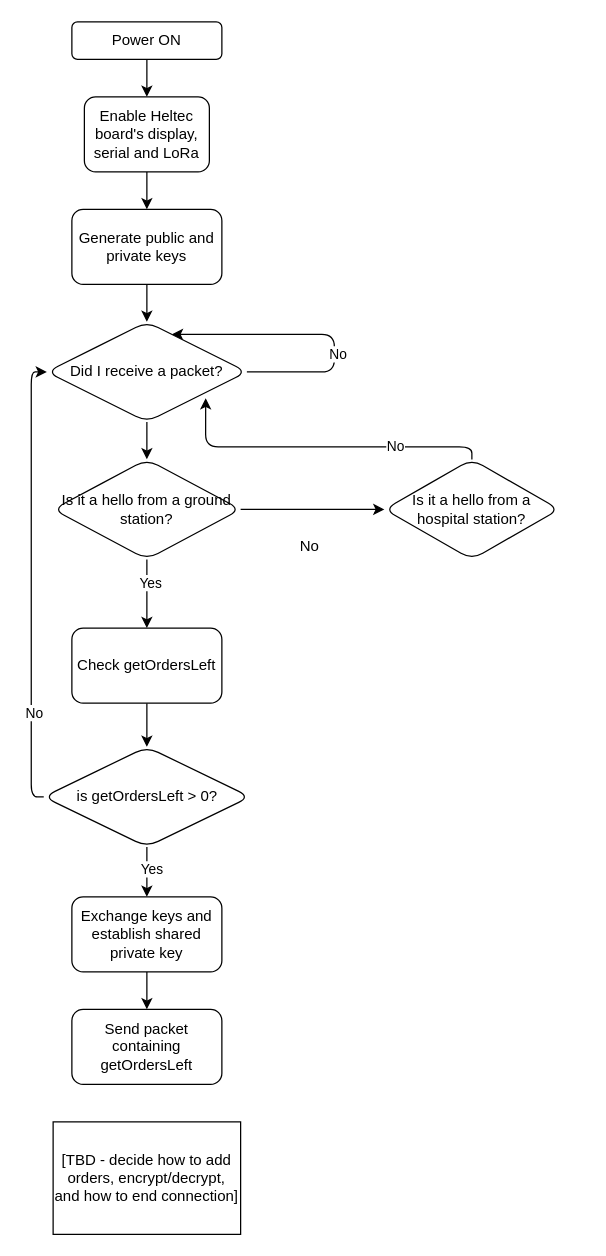
Above: documentation/Diagrams/Drone Logic.drawio in nkendler/esp32-lora-drone-delivery (draw.io), before the change. Source tidied: cells renumbered, new cells numbered last; positions are measured from the earlier drawing's top-left corner, leaving out a move shared by most shapes. Both pictures are drawn from the tidied source at 125%, with x=0, y=0 at pixel (44, 21).
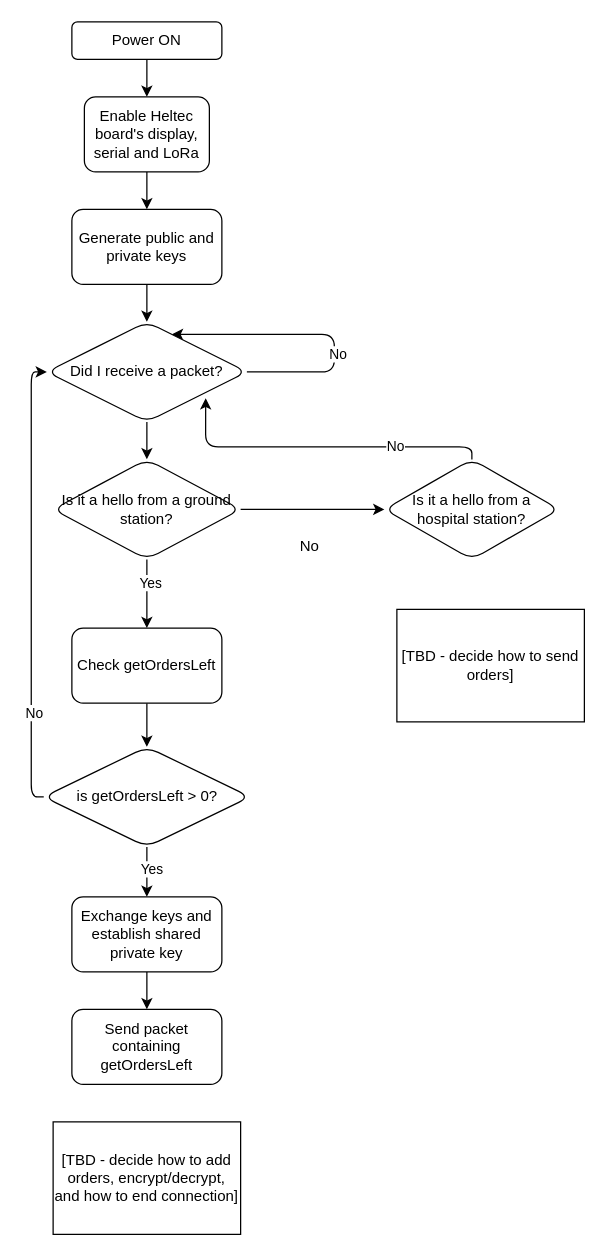
Above is the later version.

The edit, as a diff of the source:
```diff
@@
+    <mxCell id="31" value="[TBD - decide how to send orders]" style="rounded=0;whiteSpace=wrap;html=1;" parent="1" vertex="1">
+      <mxGeometry x="282" y="470" width="150" height="90" as="geometry" />
+    </mxCell>
```
